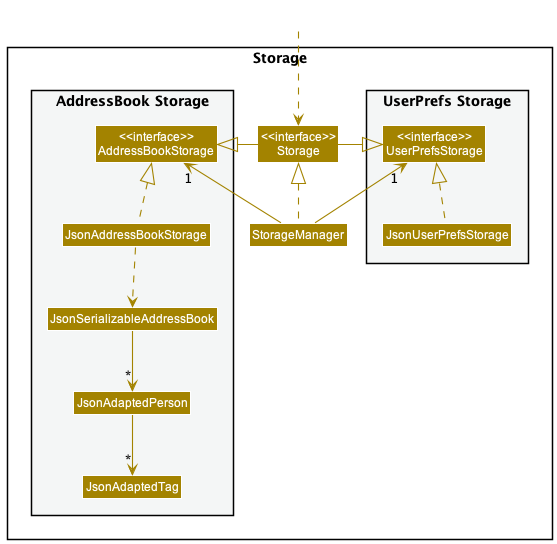
nus-cs2103-AY2223S1/tp keeps this PlantUML diagram as docs/images/StorageClassDiagram.png. Above is the earlier version.
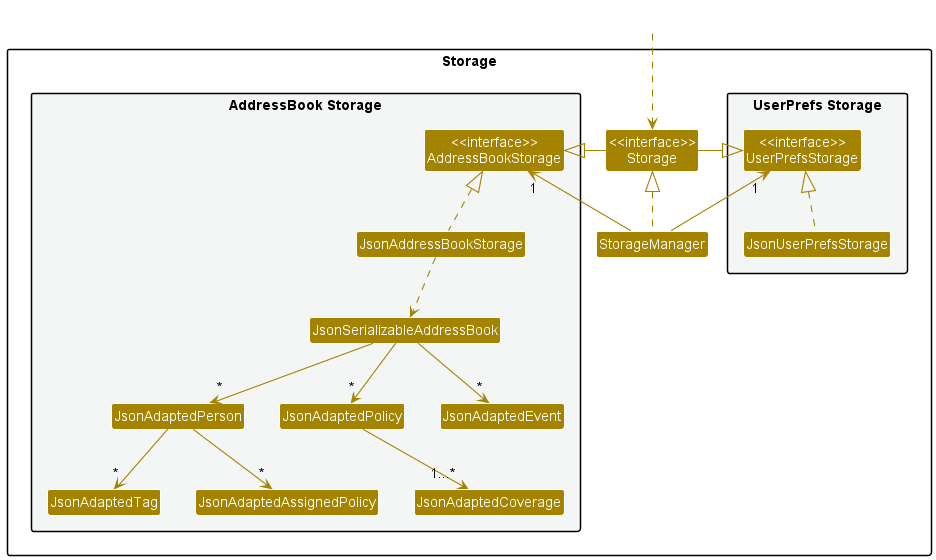
Later version of the same file.

Commit message:
Update DG with Storage representation and assign implementation.

What changed in the source:
```diff
@@ -20,6 +20,10 @@
 Class JsonSerializableAddressBook
 Class JsonAdaptedPerson
 Class JsonAdaptedTag
+Class JsonAdaptedCoverage
+Class JsonAdaptedPolicy
+Class JsonAdaptedAssignedPolicy
+Class JsonAdaptedEvent
 }
 
 }
@@ -37,7 +41,11 @@
 JsonUserPrefsStorage .up.|> UserPrefsStorage
 JsonAddressBookStorage .up.|> AddressBookStorage
 JsonAddressBookStorage ..> JsonSerializableAddressBook
+JsonSerializableAddressBook --> "*" JsonAdaptedEvent
 JsonSerializableAddressBook --> "*" JsonAdaptedPerson
+JsonSerializableAddressBook --> "*" JsonAdaptedPolicy
 JsonAdaptedPerson --> "*" JsonAdaptedTag
+JsonAdaptedPolicy --> "1...*" JsonAdaptedCoverage
+JsonAdaptedPerson --> "*" JsonAdaptedAssignedPolicy
 
 @enduml
```
